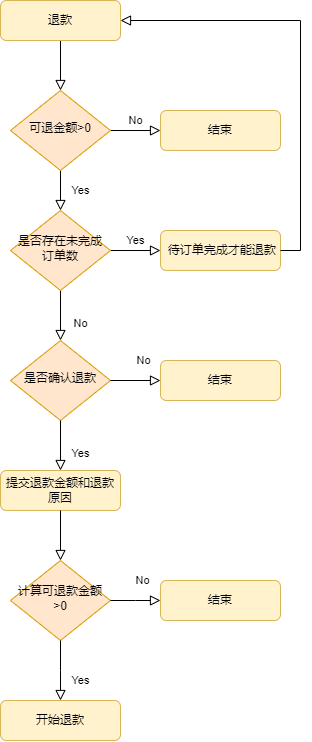
Earlier version of the draw.io export png/退款流程.png (ren9901/tourism-j2ee-wx). Source tidied: cells renumbered, new cells last; positions are measured from the earlier drawing's top-left corner, leaving out a move shared by most shapes.
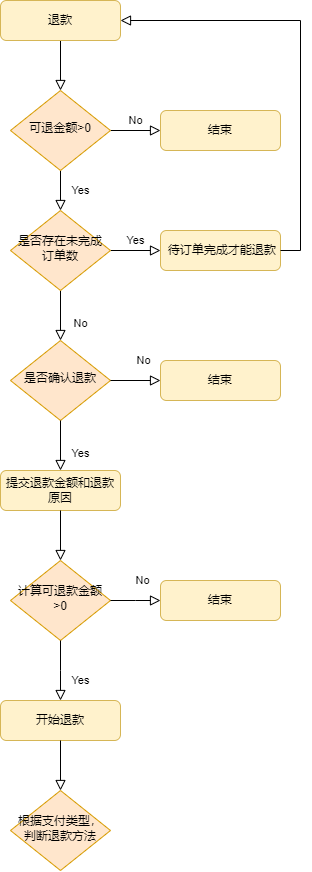
Above is the later version.

Commit message:
更新退款流程.png

The edit, as a diff of the source:
```diff
@@ -77,5 +77,11 @@
     <mxCell id="23" value="开始退款" style="rounded=1;whiteSpace=wrap;html=1;fontSize=12;glass=0;strokeWidth=1;shadow=0;fillColor=#fff2cc;strokeColor=#d6b656;" parent="1" vertex="1">
       <mxGeometry y="700" width="120" height="40" as="geometry" />
     </mxCell>
+    <mxCell id="24" value="&lt;div style=&quot;orphans: 4;&quot;&gt;根据支付类型，判断退款方法&lt;/div&gt;" style="rhombus;whiteSpace=wrap;html=1;shadow=0;fontFamily=Helvetica;fontSize=12;align=center;strokeWidth=1;spacing=6;spacingTop=-4;fillColor=#ffe6cc;strokeColor=#d79b00;" parent="1" vertex="1">
+      <mxGeometry x="10" y="790" width="100" height="80" as="geometry" />
+    </mxCell>
+    <mxCell id="25" style="rounded=0;html=1;jettySize=auto;fontSize=11;endArrow=block;endFill=0;endSize=8;strokeWidth=1;shadow=0;labelBackgroundColor=none;edgeStyle=orthogonalEdgeStyle;exitX=0.5;exitY=1;exitDx=0;exitDy=0;" parent="1" edge="1" source="23" target="24">
+      <mxGeometry x="0.33" y="20" relative="1" as="geometry" />
+    </mxCell>
   </root>
 </mxGraphModel>
```
